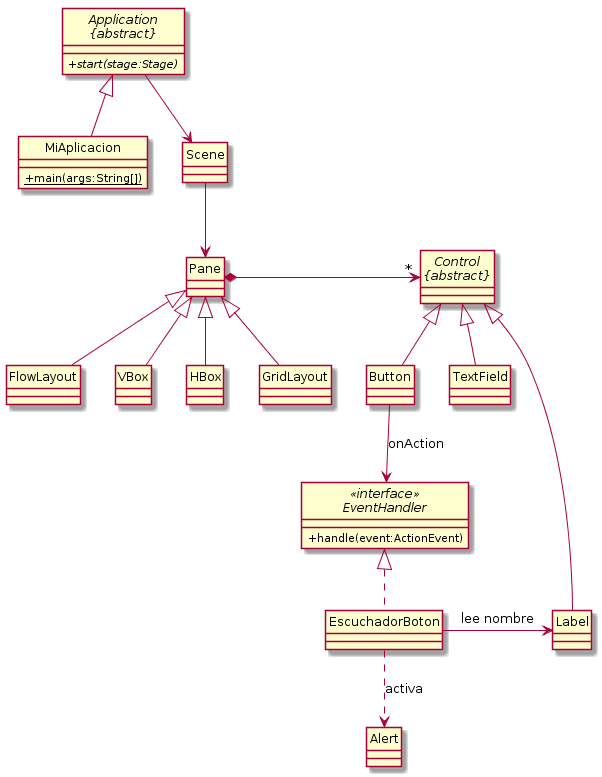
Before: Tema 09 - Polimorfismo/SaludadorJavaFX/uml.png, a diagram exported from PlantUML (mariomac/poo).
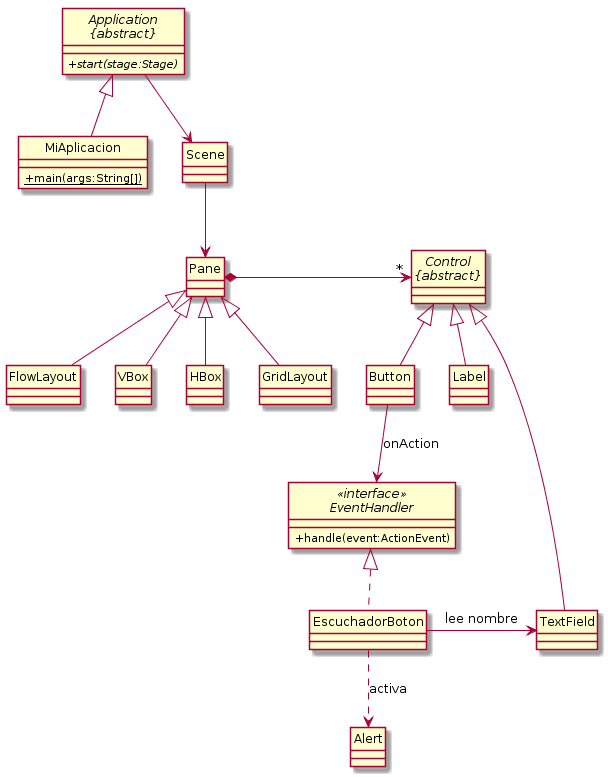
After the commit.

Commit message:
arreglado fallo uml

What changed in the source:
```diff
@@ -33,6 +33,6 @@
 Control <|-- TextField
 Button --> EventHandler : onAction
 EventHandler <|.. EscuchadorBoton
-EscuchadorBoton -> Label : "lee nombre"
+EscuchadorBoton -> TextField : "lee nombre"
 EscuchadorBoton ..> Alert : "activa"
 @enduml
```
